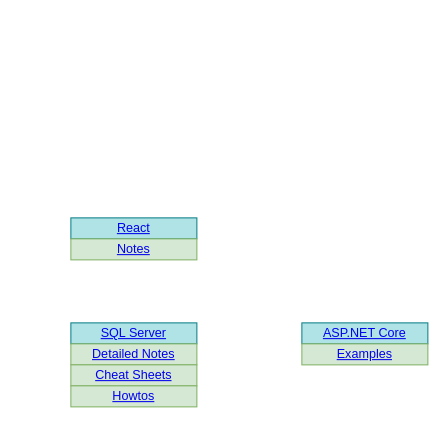
kennyrnwilson/kennyrnwilson.github.io keeps this draw.io diagram as Diagram.drawio. Above is the earlier version. Source tidied: cells renumbered, new cells numbered last; positions are measured from the earlier drawing's top-left corner, leaving out a move shared by most shapes. Both pictures are drawn from the tidied source at 105%, with x=0, y=0 at pixel (70, 217).
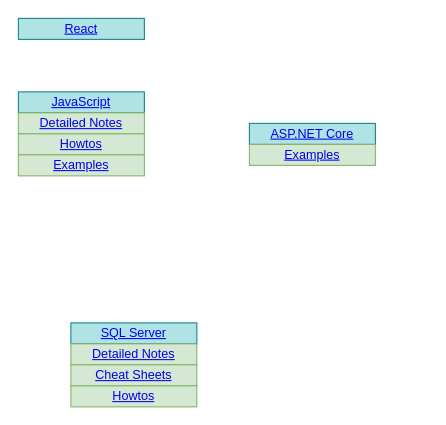
The same diagram, later.

Commit message (it also covers changes not shown here):
Update JavaScript notes

Diff of the diagram source:
```diff
@@
 <mxGraphModel>
   <root>
     <mxCell id="0" />
     <mxCell id="1" parent="0" />
     <mxCell id="2" value="&lt;a href=&quot;https://bitbucket.org/kennyrnwilson/sqlserverbasics/src/master/README.md&quot;&gt;SQL Server&lt;/a&gt;" style="rounded=0;whiteSpace=wrap;html=1;fillColor=#b0e3e6;strokeColor=#0e8088;" parent="1" vertex="1">
       <mxGeometry y="100" width="120" height="20" as="geometry" />
     </mxCell>
     <mxCell id="3" value="&lt;a href=&quot;https://bitbucket.org/kennyrnwilson/sqlserverbasics/src/master/docs/notes/notes.md&quot;&gt;Detailed Notes&lt;/a&gt;" style="rounded=0;whiteSpace=wrap;html=1;fillColor=#d5e8d4;strokeColor=#82b366;" parent="1" vertex="1">
       <mxGeometry y="120" width="120" height="20" as="geometry" />
     </mxCell>
     <mxCell id="4" value="&lt;a href=&quot;https://bitbucket.org/kennyrnwilson/sqlserverbasics/src/docs/cheatsheets/cheatsheets.md&quot;&gt;Cheat Sheets&lt;/a&gt;" style="rounded=0;whiteSpace=wrap;html=1;fillColor=#d5e8d4;strokeColor=#82b366;" parent="1" vertex="1">
       <mxGeometry y="140" width="120" height="20" as="geometry" />
     </mxCell>
     <mxCell id="5" value="&lt;a href=&quot;https://bitbucket.org/kennyrnwilson/sqlserverbasics/src/master/howtos/howtos.md&quot;&gt;Howtos&lt;/a&gt;" style="rounded=0;whiteSpace=wrap;html=1;fillColor=#d5e8d4;strokeColor=#82b366;" parent="1" vertex="1">
       <mxGeometry y="160" width="120" height="20" as="geometry" />
     </mxCell>
     <mxCell id="6" value="&lt;a href=&quot;https://github.com/kennyrnwilson/aspdotnetcore&quot;&gt;ASP.NET Core&lt;/a&gt;" style="rounded=0;whiteSpace=wrap;html=1;fillColor=#b0e3e6;strokeColor=#0e8088;" parent="1" vertex="1">
-      <mxGeometry x="220" y="100" width="120" height="20" as="geometry" />
+      <mxGeometry x="170" y="-90" width="120" height="20" as="geometry" />
     </mxCell>
     <mxCell id="7" value="&lt;a href=&quot;https://github.com/kennyrnwilson/aspdotnetcore/blob/main/examples/README.MD&quot;&gt;Examples&lt;/a&gt;" style="rounded=0;whiteSpace=wrap;html=1;fillColor=#d5e8d4;strokeColor=#82b366;" parent="1" vertex="1">
-      <mxGeometry x="220" y="120" width="120" height="20" as="geometry" />
+      <mxGeometry x="170" y="-70" width="120" height="20" as="geometry" />
     </mxCell>
     <mxCell id="8" value="&lt;a href=&quot;https://github.com/kennyrnwilson/react&quot;&gt;React&lt;/a&gt;" style="rounded=0;whiteSpace=wrap;html=1;fillColor=#b0e3e6;strokeColor=#0e8088;" parent="1" vertex="1">
-      <mxGeometry width="120" height="20" as="geometry" />
+      <mxGeometry x="-50" y="-190" width="120" height="20" as="geometry" />
     </mxCell>
-    <mxCell id="9" value="&lt;a href=&quot;https://github.com/kennyrnwilson/react/blob/main/notes/README.MD&quot;&gt;Notes&lt;/a&gt;" style="rounded=0;whiteSpace=wrap;html=1;fillColor=#d5e8d4;strokeColor=#82b366;" parent="1" vertex="1">
-      <mxGeometry y="20" width="120" height="20" as="geometry" />
-    </mxCell>
+    <mxCell id="10" value="&lt;a href=&quot;https://github.com/kennyrnwilson/javascript&quot;&gt;JavaScript&lt;/a&gt;" style="rounded=0;whiteSpace=wrap;html=1;fillColor=#b0e3e6;strokeColor=#0e8088;" parent="1" vertex="1">
+      <mxGeometry x="-50" y="-120" width="120" height="20" as="geometry" />
+    </mxCell>
+    <mxCell id="11" value="&lt;a href=&quot;https://github.com/kennyrnwilson/javascript/blob/master/docs/notes/README.MD&quot;&gt;Detailed Notes&lt;/a&gt;" style="rounded=0;whiteSpace=wrap;html=1;fillColor=#d5e8d4;strokeColor=#82b366;" parent="1" vertex="1">
+      <mxGeometry x="-50" y="-100" width="120" height="20" as="geometry" />
+    </mxCell>
+    <mxCell id="12" value="&lt;a href=&quot;https://bitbucket.org/kennyrnwilson/javascript/src/master/docs/howtos/README.MD&quot;&gt;Howtos&lt;/a&gt;" style="rounded=0;whiteSpace=wrap;html=1;fillColor=#d5e8d4;strokeColor=#82b366;" parent="1" vertex="1">
+      <mxGeometry x="-50" y="-80" width="120" height="20" as="geometry" />
+    </mxCell>
+    <mxCell id="13" value="&lt;a href=&quot;https://github.com/kennyrnwilson/javascript/blob/master/docs/examples/README.MD&quot;&gt;Examples&lt;/a&gt;" style="rounded=0;whiteSpace=wrap;html=1;fillColor=#d5e8d4;strokeColor=#82b366;" parent="1" vertex="1">
+      <mxGeometry x="-50" y="-60" width="120" height="20" as="geometry" />
+    </mxCell>
   </root>
 </mxGraphModel>
```
